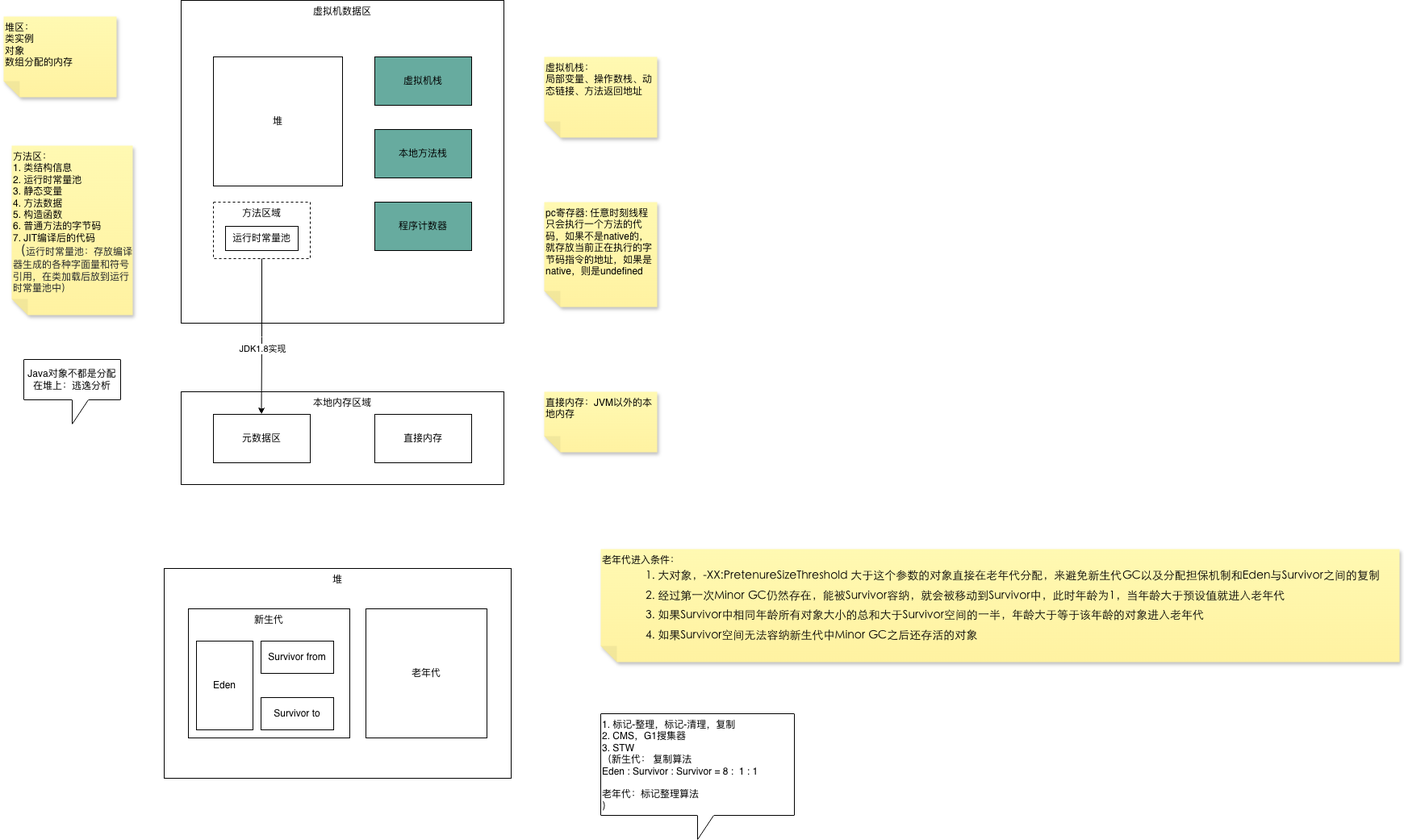
This is JVM数据区.drawio.png from ggs2015/file, a draw.io export, as it was before one commit. Source tidied: cells renumbered, new cells last; positions are measured from the earlier drawing's top-left corner, leaving out a move shared by most shapes.
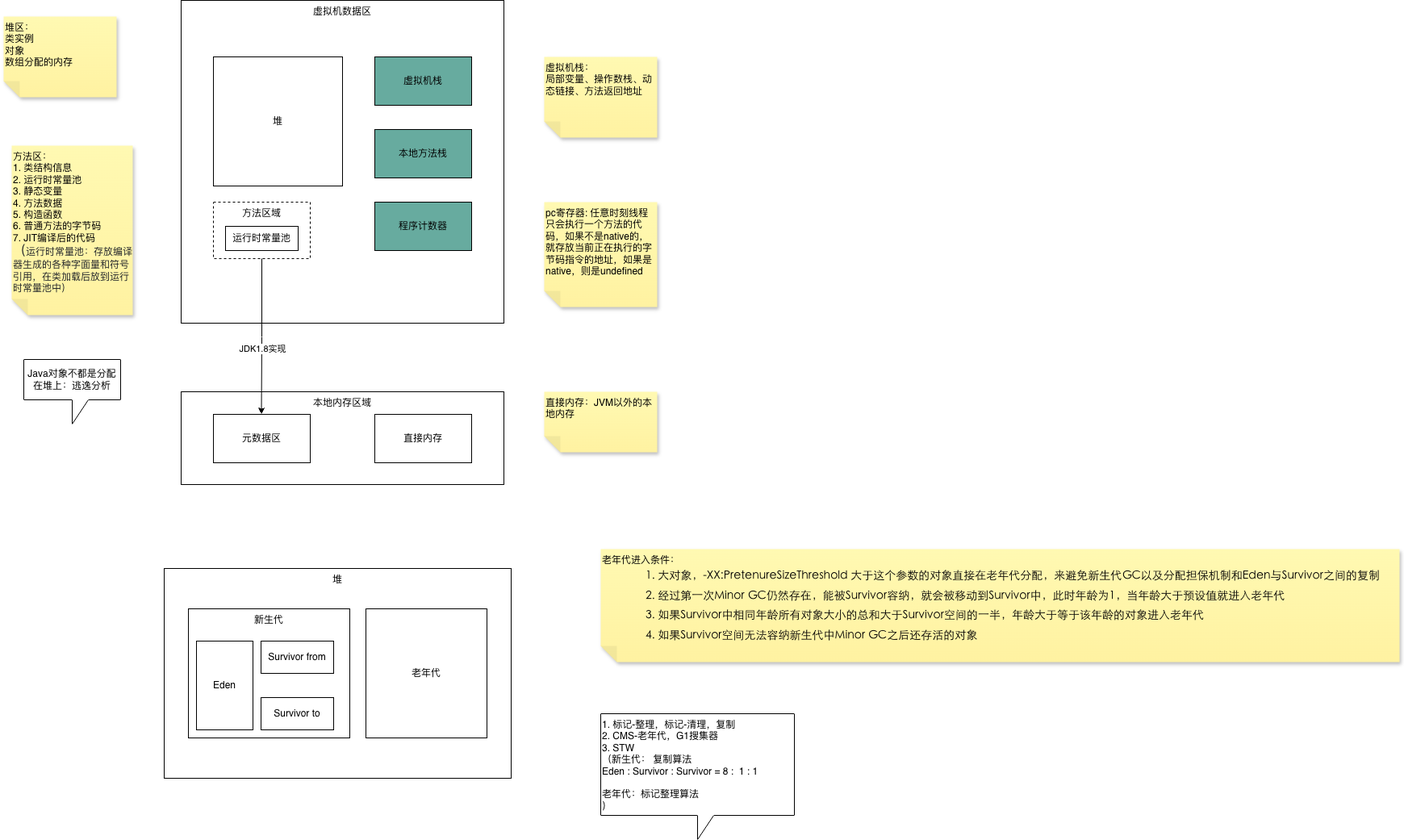
After the change.

Commit message:
更新JVM数据区.drawio.png

Change to the diagram source:
```diff
@@ -77,7 +77,7 @@
     <mxCell id="25" value="老年代进入条件：&lt;div&gt;&lt;article data-content=&quot;[{&amp;quot;type&amp;quot;:&amp;quot;block&amp;quot;,&amp;quot;id&amp;quot;:&amp;quot;q4yd-1771051470949&amp;quot;,&amp;quot;name&amp;quot;:&amp;quot;list-item&amp;quot;,&amp;quot;data&amp;quot;:{&amp;quot;listId&amp;quot;:&amp;quot;J6OX-1771055464497&amp;quot;,&amp;quot;listLevel&amp;quot;:1,&amp;quot;listType&amp;quot;:&amp;quot;ordered&amp;quot;,&amp;quot;style&amp;quot;:{},&amp;quot;version&amp;quot;:1},&amp;quot;nodes&amp;quot;:[{&amp;quot;type&amp;quot;:&amp;quot;text&amp;quot;,&amp;quot;id&amp;quot;:&amp;quot;BpXD-1771051470948&amp;quot;,&amp;quot;leaves&amp;quot;:[{&amp;quot;text&amp;quot;:&amp;quot;大对象，-XX:PretenureSizeThreshold&amp;nbsp;大于这个参数的对象直接在老年代分配，来避免新生代GC以及分配担保机制和Eden与Survivor之间的复制&amp;quot;,&amp;quot;marks&amp;quot;:[]}]}],&amp;quot;state&amp;quot;:{}},{&amp;quot;type&amp;quot;:&amp;quot;block&amp;quot;,&amp;quot;id&amp;quot;:&amp;quot;WKbf-1771055464492&amp;quot;,&amp;quot;name&amp;quot;:&amp;quot;list-item&amp;quot;,&amp;quot;data&amp;quot;:{&amp;quot;listId&amp;quot;:&amp;quot;J6OX-1771055464497&amp;quot;,&amp;quot;listLevel&amp;quot;:1,&amp;quot;listType&amp;quot;:&amp;quot;ordered&amp;quot;,&amp;quot;style&amp;quot;:{},&amp;quot;version&amp;quot;:1},&amp;quot;nodes&amp;quot;:[{&amp;quot;type&amp;quot;:&amp;quot;text&amp;quot;,&amp;quot;id&amp;quot;:&amp;quot;xomo-1771055464491&amp;quot;,&amp;quot;leaves&amp;quot;:[{&amp;quot;text&amp;quot;:&amp;quot;经过第一次Minor&amp;nbsp;GC仍然存在，能被Survivor容纳，就会被移动到Survivor中，此时年龄为1，当年龄大于预设值就进入老年代&amp;quot;,&amp;quot;marks&amp;quot;:[]}]}],&amp;quot;state&amp;quot;:{&amp;quot;index&amp;quot;:2}},{&amp;quot;type&amp;quot;:&amp;quot;block&amp;quot;,&amp;quot;id&amp;quot;:&amp;quot;eVwO-1771055464494&amp;quot;,&amp;quot;name&amp;quot;:&amp;quot;list-item&amp;quot;,&amp;quot;data&amp;quot;:{&amp;quot;listId&amp;quot;:&amp;quot;J6OX-1771055464497&amp;quot;,&amp;quot;listLevel&amp;quot;:1,&amp;quot;listType&amp;quot;:&amp;quot;ordered&amp;quot;,&amp;quot;style&amp;quot;:{},&amp;quot;version&amp;quot;:1},&amp;quot;nodes&amp;quot;:[{&amp;quot;type&amp;quot;:&amp;quot;text&amp;quot;,&amp;quot;id&amp;quot;:&amp;quot;Ifgo-1771055464493&amp;quot;,&amp;quot;leaves&amp;quot;:[{&amp;quot;text&amp;quot;:&amp;quot;如果Survivor中相同年龄所有对象大小的总和大于Survivor空间的一半，年龄大于等于该年龄的对象进入老年代&amp;quot;,&amp;quot;marks&amp;quot;:[]}]}],&amp;quot;state&amp;quot;:{&amp;quot;index&amp;quot;:3}},{&amp;quot;type&amp;quot;:&amp;quot;block&amp;quot;,&amp;quot;id&amp;quot;:&amp;quot;6ODo-1771055464496&amp;quot;,&amp;quot;name&amp;quot;:&amp;quot;list-item&amp;quot;,&amp;quot;data&amp;quot;:{&amp;quot;listId&amp;quot;:&amp;quot;J6OX-1771055464497&amp;quot;,&amp;quot;listLevel&amp;quot;:1,&amp;quot;listType&amp;quot;:&amp;quot;ordered&amp;quot;,&amp;quot;style&amp;quot;:{},&amp;quot;version&amp;quot;:1},&amp;quot;nodes&amp;quot;:[{&amp;quot;type&amp;quot;:&amp;quot;text&amp;quot;,&amp;quot;id&amp;quot;:&amp;quot;sm3f-1771055464495&amp;quot;,&amp;quot;leaves&amp;quot;:[{&amp;quot;text&amp;quot;:&amp;quot;如果Survivor空间无法容纳新生代中Minor&amp;nbsp;GC之后还存活的对象&amp;quot;,&amp;quot;marks&amp;quot;:[]}]}],&amp;quot;state&amp;quot;:{}}]&quot; style=&quot;font-size: medium;&quot;&gt;&lt;ol style=&quot;margin: 0px 0px 0px 14px;&quot;&gt;&lt;li style=&quot;white-space-collapse: preserve; line-height: 1.75; font-size: 14px; list-style-position: inside; word-break: break-word; background-color: rgba(0, 0, 0, 0); font-family: &amp;quot;Microsoft YaHei&amp;quot;, STXihei; list-style-type: decimal;&quot;&gt;大对象，-XX:PretenureSizeThreshold 大于这个参数的对象直接在老年代分配，来避免新生代GC以及分配担保机制和Eden与Survivor之间的复制&lt;/li&gt;&lt;li style=&quot;white-space-collapse: preserve; line-height: 1.75; font-size: 14px; list-style-position: inside; word-break: break-word; background-color: rgba(0, 0, 0, 0); font-family: &amp;quot;Microsoft YaHei&amp;quot;, STXihei; list-style-type: decimal;&quot;&gt;经过第一次Minor GC仍然存在，能被Survivor容纳，就会被移动到Survivor中，此时年龄为1，当年龄大于预设值就进入老年代&lt;/li&gt;&lt;li style=&quot;white-space-collapse: preserve; line-height: 1.75; font-size: 14px; list-style-position: inside; word-break: break-word; background-color: rgba(0, 0, 0, 0); font-family: &amp;quot;Microsoft YaHei&amp;quot;, STXihei; list-style-type: decimal;&quot;&gt;如果Survivor中相同年龄所有对象大小的总和大于Survivor空间的一半，年龄大于等于该年龄的对象进入老年代&lt;/li&gt;&lt;li style=&quot;white-space-collapse: preserve; line-height: 1.75; font-size: 14px; list-style-position: inside; word-break: break-word; background-color: rgba(0, 0, 0, 0); font-family: &amp;quot;Microsoft YaHei&amp;quot;, STXihei; list-style-type: decimal;&quot;&gt;如果Survivor空间无法容纳新生代中Minor GC之后还存活的对象&lt;/li&gt;&lt;/ol&gt;&lt;/article&gt;&lt;/div&gt;" style="shape=note;whiteSpace=wrap;html=1;backgroundOutline=1;fontColor=#000000;darkOpacity=0.05;fillColor=#FFF9B2;strokeColor=none;fillStyle=solid;direction=west;gradientDirection=north;gradientColor=#FFF2A1;shadow=1;size=20;align=left;verticalAlign=top;" parent="1" vertex="1">
       <mxGeometry x="740" y="680" width="990" height="140" as="geometry" />
     </mxCell>
-    <mxCell id="26" value="1. 标记-整理，标记-清理，复制&lt;div&gt;2. CMS，G1搜集器&lt;/div&gt;&lt;div&gt;3. STW&lt;/div&gt;&lt;div&gt;（新生代： 复制算法&lt;/div&gt;&lt;div&gt;Eden : Survivor : Survivor = 8 :&amp;nbsp; 1 : 1&lt;/div&gt;&lt;div&gt;&lt;br&gt;&lt;/div&gt;&lt;div&gt;老年代：标记整理算法&lt;/div&gt;&lt;div&gt;）&lt;/div&gt;" style="shape=callout;whiteSpace=wrap;html=1;perimeter=calloutPerimeter;align=left;verticalAlign=top;" parent="1" vertex="1">
+    <mxCell id="26" value="1. 标记-整理，标记-清理，复制&lt;div&gt;2. CMS-老年代，G1搜集器&lt;/div&gt;&lt;div&gt;3. STW&lt;/div&gt;&lt;div&gt;（新生代： 复制算法&lt;/div&gt;&lt;div&gt;Eden : Survivor : Survivor = 8 :&amp;nbsp; 1 : 1&lt;/div&gt;&lt;div&gt;&lt;br&gt;&lt;/div&gt;&lt;div&gt;老年代：标记整理算法&lt;/div&gt;&lt;div&gt;）&lt;/div&gt;" style="shape=callout;whiteSpace=wrap;html=1;perimeter=calloutPerimeter;align=left;verticalAlign=top;" parent="1" vertex="1">
       <mxGeometry x="740" y="884" width="240" height="156" as="geometry" />
     </mxCell>
     <mxCell id="27" value="运行时常量池" style="rounded=0;whiteSpace=wrap;html=1;" parent="1" vertex="1">
```
